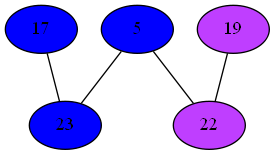
Earlier version of the Graphviz export Compiler/0phiGraph.png (mbajaj92/Project-Astoria). Its source is kept beside it as Compiler/0phiGraph.dot. The source it was exported from:
```dot
strict graph {
17[label="17" style=filled fillcolor="blue1"];
17 -- 23
19[label="19" style=filled fillcolor="darkorchid1"];
19 -- 22
5[label="5" style=filled fillcolor="blue1"];
5 -- 22
5 -- 23
22[label="22" style=filled fillcolor="darkorchid1"];
22 -- 19
22 -- 5
23[label="23" style=filled fillcolor="blue1"];
23 -- 17
23 -- 5
}
```
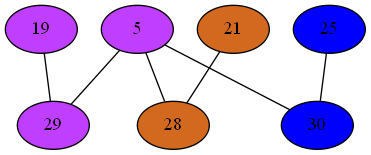
The same diagram one commit later.

Change to the diagram source:
```diff
@@ -1,15 +1,21 @@
 strict graph {
-17[label="17" style=filled fillcolor="blue1"];
-17 -- 23
 19[label="19" style=filled fillcolor="darkorchid1"];
-19 -- 22
-5[label="5" style=filled fillcolor="blue1"];
-5 -- 22
-5 -- 23
-22[label="22" style=filled fillcolor="darkorchid1"];
-22 -- 19
-22 -- 5
-23[label="23" style=filled fillcolor="blue1"];
-23 -- 17
-23 -- 5
+19 -- 29
+5[label="5" style=filled fillcolor="darkorchid1"];
+5 -- 28
+5 -- 29
+5 -- 30
+21[label="21" style=filled fillcolor="chocolate"];
+21 -- 28
+25[label="25" style=filled fillcolor="blue1"];
+25 -- 30
+28[label="28" style=filled fillcolor="chocolate"];
+28 -- 5
+28 -- 21
+29[label="29" style=filled fillcolor="darkorchid1"];
+29 -- 19
+29 -- 5
+30[label="30" style=filled fillcolor="blue1"];
+30 -- 5
+30 -- 25
 }
```
